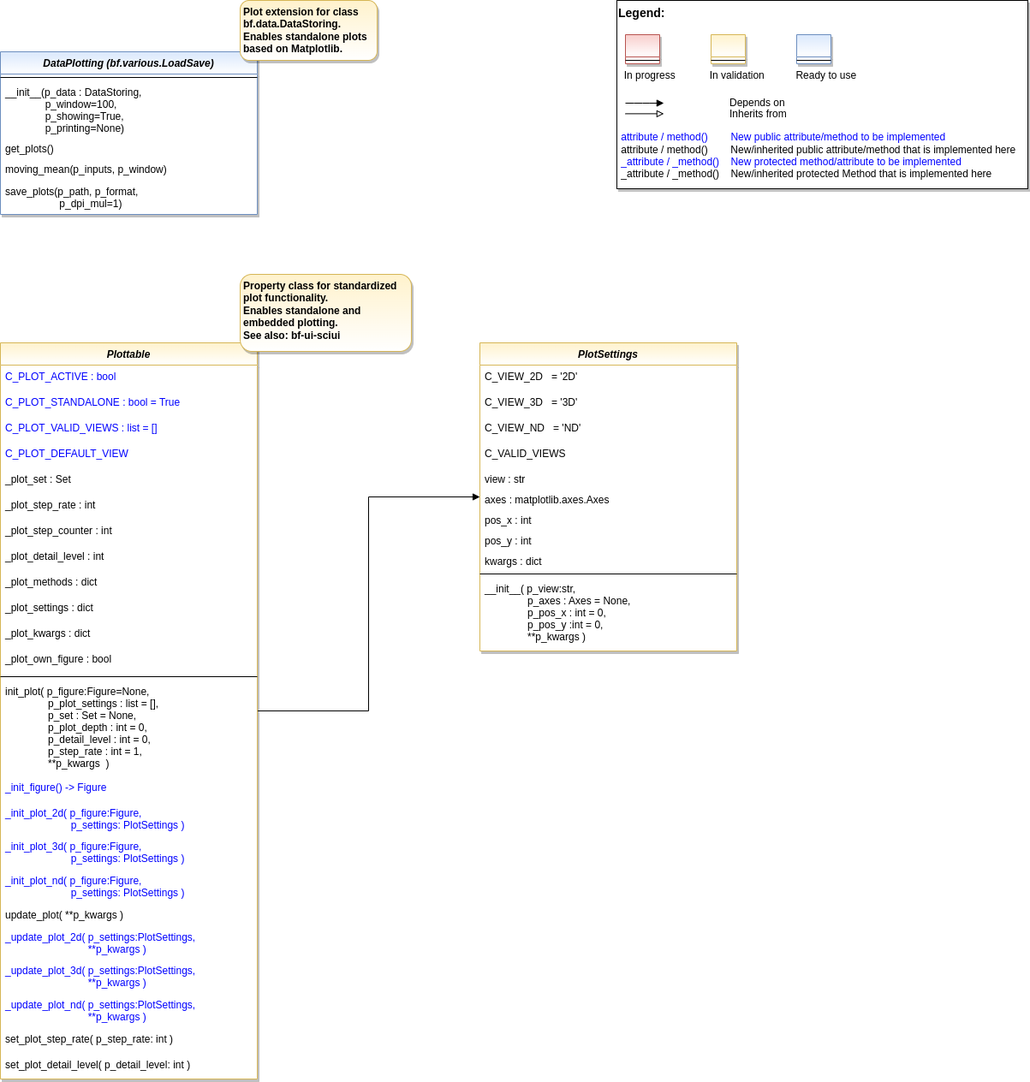
fhswf/MLPro keeps this draw.io diagram as doc/rtd/content/append2/core/images/bf/MLPro-BF-Plot_class_diagram.drawio.png. Above is the earlier version. Source tidied: cells renumbered, new cells last; positions are measured from the earlier drawing's top-left corner, leaving out a move shared by most shapes.
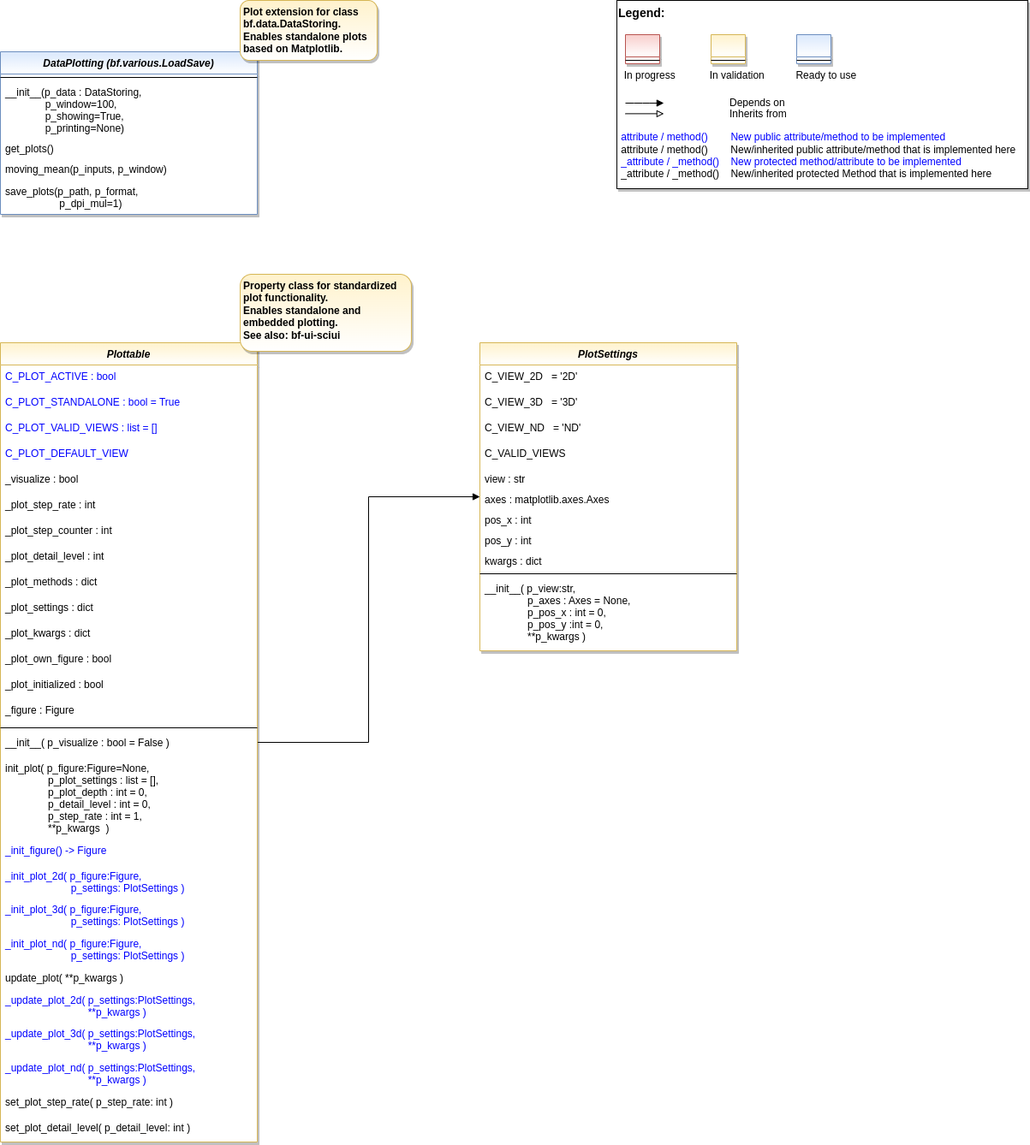
The same file after the commit.

Change to the diagram source:
```diff
@@ -6,7 +6,7 @@
       <mxGeometry relative="1" as="geometry" />
     </mxCell>
     <mxCell id="3" value="Plottable" style="swimlane;fontStyle=3;align=center;verticalAlign=top;horizontal=1;startSize=26;rounded=0;shadow=1;strokeWidth=1;fillColor=#fff2cc;strokeColor=#d6b656;swimlaneFillColor=#FFFFFF;gradientColor=#FFFFFF;" parent="1" vertex="1">
-      <mxGeometry y="400" width="300" height="860" as="geometry" />
+      <mxGeometry y="400" width="300" height="934" as="geometry" />
     </mxCell>
     <mxCell id="4" value="C_PLOT_ACTIVE : bool " style="text;align=left;verticalAlign=top;spacingLeft=4;spacingRight=4;overflow=hidden;fontColor=#0000FF;" parent="3" vertex="1">
       <mxGeometry y="26" width="300" height="30" as="geometry" />
@@ -20,9 +20,9 @@
     <mxCell id="7" value="C_PLOT_DEFAULT_VIEW" style="text;align=left;verticalAlign=top;spacingLeft=4;spacingRight=4;overflow=hidden;fontColor=#0000FF;" parent="3" vertex="1">
       <mxGeometry y="116" width="300" height="30" as="geometry" />
     </mxCell>
-    <mxCell id="8" value="_plot_set : Set" style="text;align=left;verticalAlign=top;spacingLeft=4;spacingRight=4;overflow=hidden;fontColor=default;" parent="3" vertex="1">
-      <mxGeometry y="146" width="300" height="30" as="geometry" />
-    </mxCell>
+    <mxCell id="58" value="_visualize : bool" style="text;align=left;verticalAlign=top;spacingLeft=4;spacingRight=4;overflow=hidden;fontColor=default;" parent="3" vertex="1">
+      <mxGeometry y="146" width="300" height="30" as="geometry" />
+    </mxCell>
     <mxCell id="9" value="_plot_step_rate : int" style="text;align=left;verticalAlign=top;spacingLeft=4;spacingRight=4;overflow=hidden;fontColor=default;" parent="3" vertex="1">
       <mxGeometry y="176" width="300" height="30" as="geometry" />
     </mxCell>
@@ -44,41 +44,50 @@
     <mxCell id="15" value="_plot_own_figure : bool" style="text;align=left;verticalAlign=top;spacingLeft=4;spacingRight=4;overflow=hidden;fontColor=default;" parent="3" vertex="1">
       <mxGeometry y="356" width="300" height="30" as="geometry" />
     </mxCell>
+    <mxCell id="59" value="_plot_initialized : bool" style="text;align=left;verticalAlign=top;spacingLeft=4;spacingRight=4;overflow=hidden;fontColor=default;" parent="3" vertex="1">
+      <mxGeometry y="386" width="300" height="30" as="geometry" />
+    </mxCell>
+    <mxCell id="60" value="_figure : Figure" style="text;align=left;verticalAlign=top;spacingLeft=4;spacingRight=4;overflow=hidden;fontColor=default;" parent="3" vertex="1">
+      <mxGeometry y="416" width="300" height="30" as="geometry" />
+    </mxCell>
     <mxCell id="16" style="line;html=1;strokeWidth=1;align=left;verticalAlign=middle;spacingTop=-1;spacingLeft=3;spacingRight=3;labelPosition=right;" parent="3" vertex="1">
-      <mxGeometry y="386" width="300" height="8" as="geometry" />
+      <mxGeometry y="446" width="300" height="8" as="geometry" />
     </mxCell>
+    <mxCell id="61" value="__init__( p_visualize : bool = False )" style="text;align=left;verticalAlign=top;spacingLeft=4;spacingRight=4;overflow=hidden;fontColor=default;" parent="3" vertex="1">
+      <mxGeometry y="454" width="300" height="30" as="geometry" />
+    </mxCell>
-    <mxCell id="17" value="init_plot( p_figure:Figure=None, &#10;               p_plot_settings : list = [],&#10;               p_set : Set = None,&#10;               p_plot_depth : int = 0,&#10;               p_detail_level : int = 0,&#10;               p_step_rate : int = 1,&#10;               **p_kwargs  )" style="text;align=left;verticalAlign=top;spacingLeft=4;spacingRight=4;overflow=hidden;fontColor=default;" parent="3" vertex="1">
-      <mxGeometry y="394" width="300" height="112" as="geometry" />
+    <mxCell id="17" value="init_plot( p_figure:Figure=None, &#10;               p_plot_settings : list = [],&#10;               p_plot_depth : int = 0,&#10;               p_detail_level : int = 0,&#10;               p_step_rate : int = 1,&#10;               **p_kwargs  )" style="text;align=left;verticalAlign=top;spacingLeft=4;spacingRight=4;overflow=hidden;fontColor=default;" parent="3" vertex="1">
+      <mxGeometry y="484" width="300" height="96" as="geometry" />
     </mxCell>
     <mxCell id="18" value="_init_figure() -&gt; Figure" style="text;align=left;verticalAlign=top;spacingLeft=4;spacingRight=4;overflow=hidden;fontColor=#0000FF;" parent="3" vertex="1">
-      <mxGeometry y="506" width="300" height="30" as="geometry" />
+      <mxGeometry y="580" width="300" height="30" as="geometry" />
     </mxCell>
     <mxCell id="19" value="_init_plot_2d( p_figure:Figure, &#10;                       p_settings: PlotSettings )" style="text;align=left;verticalAlign=top;spacingLeft=4;spacingRight=4;overflow=hidden;fontColor=#0000FF;" parent="3" vertex="1">
-      <mxGeometry y="536" width="300" height="39" as="geometry" />
+      <mxGeometry y="610" width="300" height="39" as="geometry" />
     </mxCell>
     <mxCell id="20" value="_init_plot_3d( p_figure:Figure, &#10;                       p_settings: PlotSettings )" style="text;align=left;verticalAlign=top;spacingLeft=4;spacingRight=4;overflow=hidden;fontColor=#0000FF;" parent="3" vertex="1">
-      <mxGeometry y="575" width="300" height="40" as="geometry" />
+      <mxGeometry y="649" width="300" height="40" as="geometry" />
     </mxCell>
     <mxCell id="21" value="_init_plot_nd( p_figure:Figure, &#10;                       p_settings: PlotSettings )" style="text;align=left;verticalAlign=top;spacingLeft=4;spacingRight=4;overflow=hidden;fontColor=#0000FF;" parent="3" vertex="1">
-      <mxGeometry y="615" width="300" height="40" as="geometry" />
+      <mxGeometry y="689" width="300" height="40" as="geometry" />
     </mxCell>
     <mxCell id="22" value="update_plot( **p_kwargs )" style="text;align=left;verticalAlign=top;spacingLeft=4;spacingRight=4;overflow=hidden;fontColor=default;" parent="3" vertex="1">
-      <mxGeometry y="655" width="300" height="26" as="geometry" />
+      <mxGeometry y="729" width="300" height="26" as="geometry" />
     </mxCell>
     <mxCell id="23" value="_update_plot_2d( p_settings:PlotSettings,&#10;                             **p_kwargs )" style="text;align=left;verticalAlign=top;spacingLeft=4;spacingRight=4;overflow=hidden;fontColor=#0000FF;" parent="3" vertex="1">
-      <mxGeometry y="681" width="300" height="39" as="geometry" />
+      <mxGeometry y="755" width="300" height="39" as="geometry" />
     </mxCell>
     <mxCell id="24" value="_update_plot_3d( p_settings:PlotSettings,&#10;                             **p_kwargs )" style="text;align=left;verticalAlign=top;spacingLeft=4;spacingRight=4;overflow=hidden;fontColor=#0000FF;" parent="3" vertex="1">
-      <mxGeometry y="720" width="300" height="40" as="geometry" />
+      <mxGeometry y="794" width="300" height="40" as="geometry" />
     </mxCell>
     <mxCell id="25" value="_update_plot_nd( p_settings:PlotSettings,&#10;                             **p_kwargs )" style="text;align=left;verticalAlign=top;spacingLeft=4;spacingRight=4;overflow=hidden;fontColor=#0000FF;" parent="3" vertex="1">
-      <mxGeometry y="760" width="300" height="40" as="geometry" />
+      <mxGeometry y="834" width="300" height="40" as="geometry" />
     </mxCell>
     <mxCell id="26" value="set_plot_step_rate( p_step_rate: int )" style="text;align=left;verticalAlign=top;spacingLeft=4;spacingRight=4;overflow=hidden;fontColor=default;" parent="3" vertex="1">
-      <mxGeometry y="800" width="300" height="30" as="geometry" />
+      <mxGeometry y="874" width="300" height="30" as="geometry" />
     </mxCell>
     <mxCell id="27" value="set_plot_detail_level( p_detail_level: int )" style="text;align=left;verticalAlign=top;spacingLeft=4;spacingRight=4;overflow=hidden;fontColor=default;" parent="3" vertex="1">
-      <mxGeometry y="830" width="300" height="30" as="geometry" />
+      <mxGeometry y="904" width="300" height="30" as="geometry" />
     </mxCell>
     <mxCell id="28" style="group;" parent="1" vertex="1">
       <mxGeometry x="720" width="480" height="220" as="geometry" />
```
